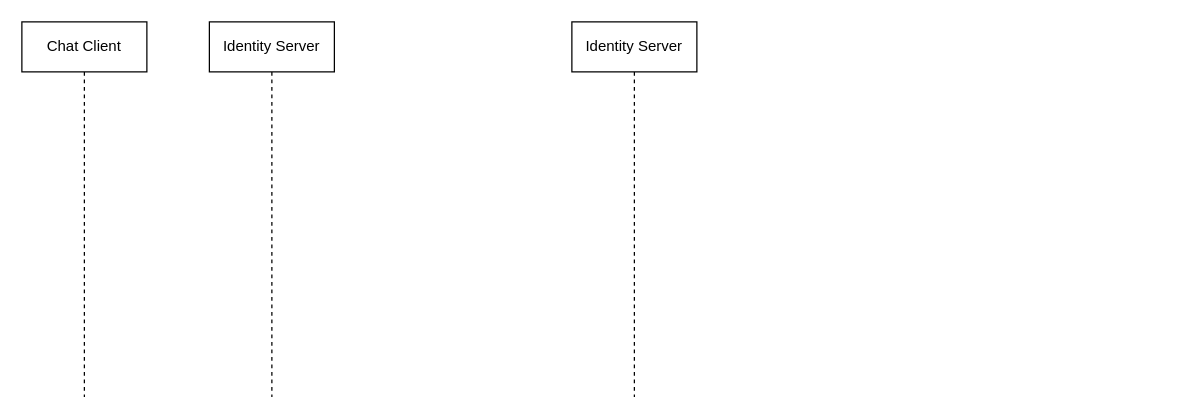
alokkusingh/draw.io keeps this draw.io diagram as websocket.drawio. Above is the earlier version. Source tidied: cells renumbered, new cells numbered last; positions are measured from the earlier drawing's top-left corner, leaving out a move shared by most shapes. Both pictures are drawn from the tidied source at 125%, with x=0, y=0 at pixel (21, 21).
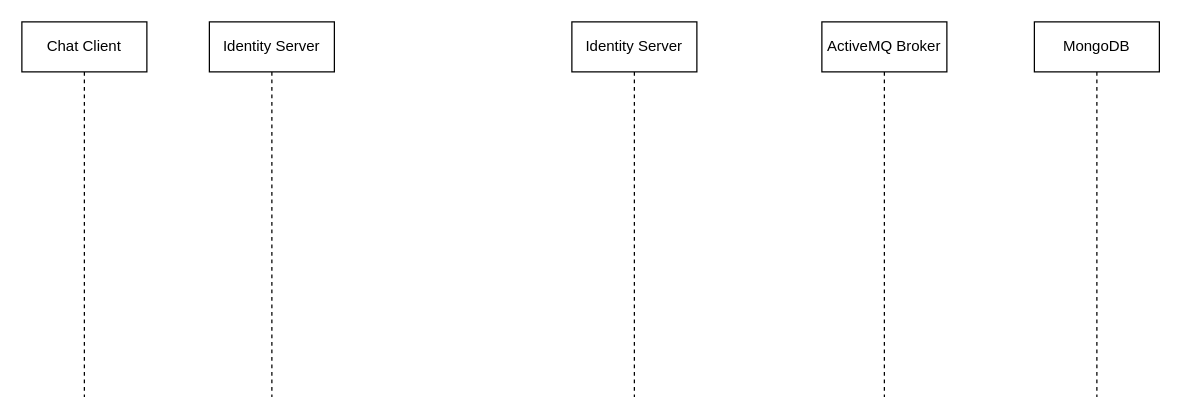
The same page after the edit.

What changed in the source:
```diff
@@
 <mxGraphModel>
   <root>
     <mxCell id="0" />
     <mxCell id="1" parent="0" />
     <mxCell id="2" value="Chat Client" style="shape=umlLifeline;perimeter=lifelinePerimeter;whiteSpace=wrap;html=1;" parent="1" vertex="1">
       <mxGeometry width="100" height="300" as="geometry" />
     </mxCell>
     <mxCell id="3" value="Identity Server" style="shape=umlLifeline;perimeter=lifelinePerimeter;whiteSpace=wrap;html=1;" parent="1" vertex="1">
       <mxGeometry x="150" width="100" height="300" as="geometry" />
     </mxCell>
     <mxCell id="4" value="Identity Server" style="shape=umlLifeline;perimeter=lifelinePerimeter;whiteSpace=wrap;html=1;" parent="1" vertex="1">
       <mxGeometry x="440" width="100" height="300" as="geometry" />
     </mxCell>
+    <mxCell id="5" value="ActiveMQ Broker" style="shape=umlLifeline;perimeter=lifelinePerimeter;whiteSpace=wrap;html=1;" parent="1" vertex="1">
+      <mxGeometry x="640" width="100" height="300" as="geometry" />
+    </mxCell>
+    <mxCell id="6" value="MongoDB" style="shape=umlLifeline;perimeter=lifelinePerimeter;whiteSpace=wrap;html=1;" parent="1" vertex="1">
+      <mxGeometry x="810" width="100" height="300" as="geometry" />
+    </mxCell>
   </root>
 </mxGraphModel>
```
